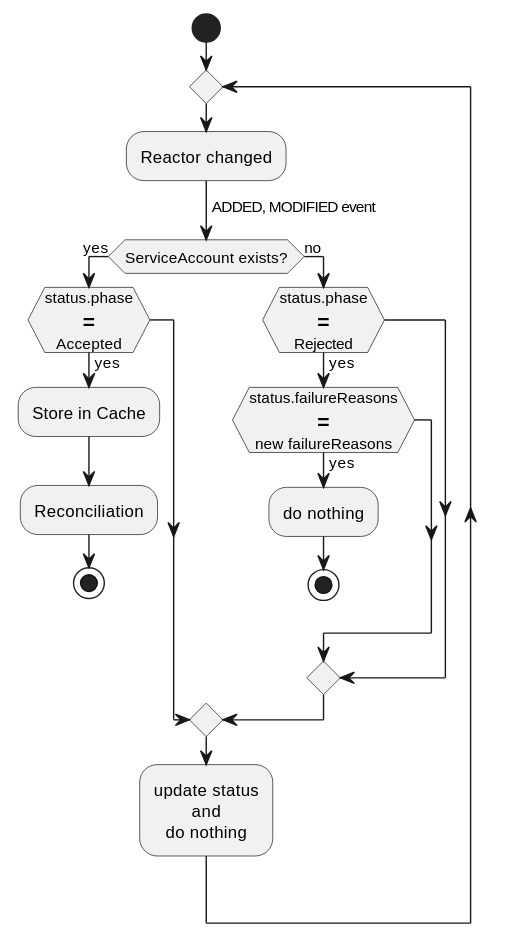
This is static/img/docs/workflows/reactor-admission.svg from link-society/kubirds-website, a PlantUML export, as it was before one commit.
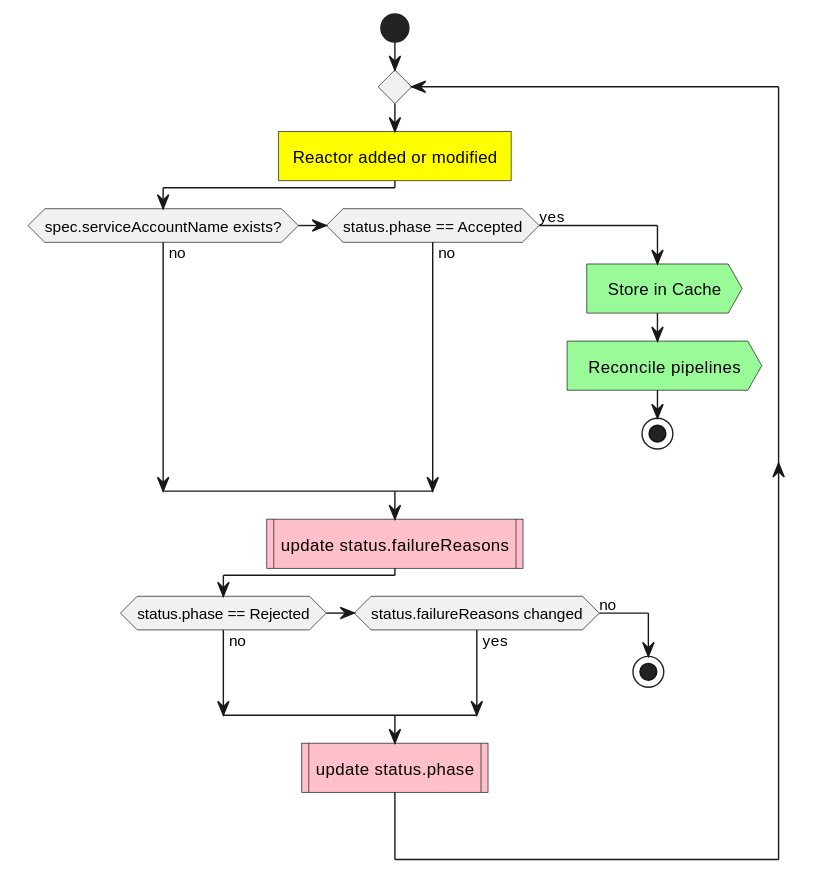
The same diagram one commit later.

What changed in the source:
```diff
@@ -4,23 +4,19 @@
 start
 
 repeat
-  :Reactor changed;
-  ->ADDED, MODIFIED event;
-  if (ServiceAccount exists?) then (yes)
-    if (status.phase\n==\nAccepted) then (yes)
-      :Store in Cache;
-      :Reconciliation;
-      stop
-    endif
+  #yellow:Reactor added or modified]
+  if (spec.serviceAccountName exists?) then (no)
+  elseif (status.phase == Accepted) then (no)
+  else (yes)
+    #palegreen:Store in Cache>
+    #palegreen:Reconcile pipelines>
+    stop
+  endif
+  #pink:update status.failureReasons|
+  if (status.phase == Rejected) then (no)
+  elseif (status.failureReasons changed) then (yes)
   else (no)
-    if (status.phase\n==\nRejected) then (yes)
-      if (status.failureReasons\n==\nnew failureReasons) then (yes)
-        :do nothing;
-        stop
-      endif
-    endif
+    stop
   endif
-  :update status\nand\ndo nothing;
-
-
+  #pink:update status.phase|
 @enduml
```
